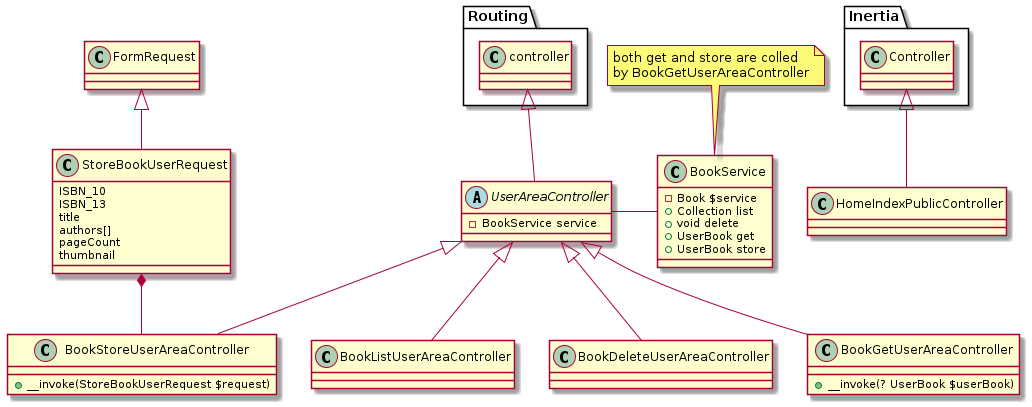
rstriquer/readers-club keeps this PlantUML diagram as docs/User book CRUD diagram.png. Above is the earlier version.
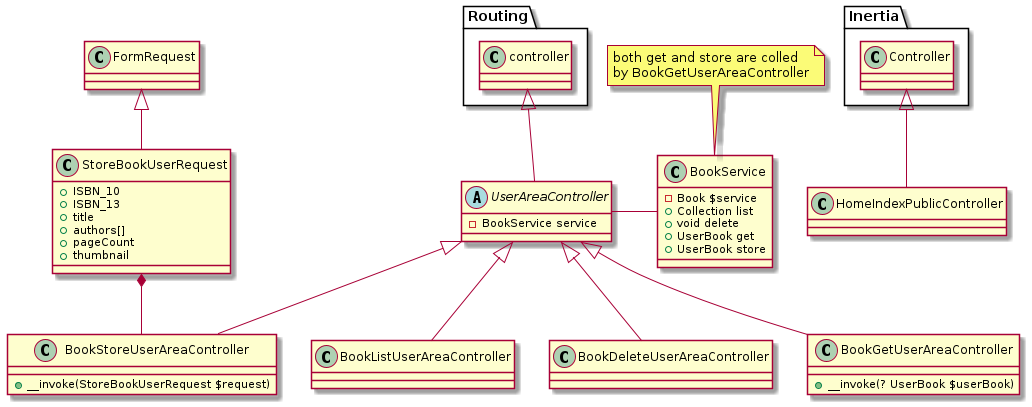
After the commit.

Diff of the diagram source:
```diff
@@ -28,12 +28,12 @@
     + __invoke(? UserBook $userBook)
 }
 class StoreBookUserRequest extends FormRequest {
-    ISBN_10
-    ISBN_13
-    title
-    authors[]
-    pageCount
-    thumbnail
+    + ISBN_10
+    + ISBN_13
+    + title
+    + authors[]
+    + pageCount
+    + thumbnail
 }
 
 UserAreaController - BookService
```
